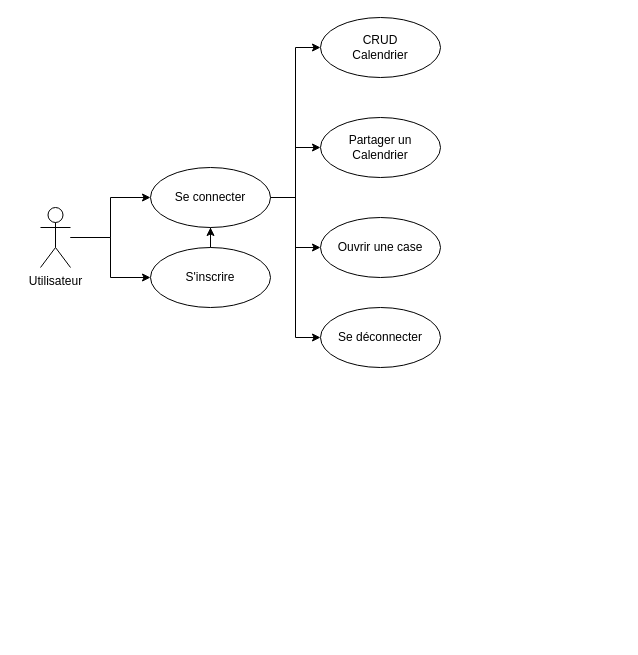
The draw.io diagram cas-d-utilisation.drawio in Thifanie/calendrier-avent, before the edit. Source tidied: cells renumbered, new cells numbered last; positions are measured from the earlier drawing's top-left corner, leaving out a move shared by most shapes. Both pictures are drawn from the tidied source at 100%, with x=0, y=0 at pixel (40, 17).
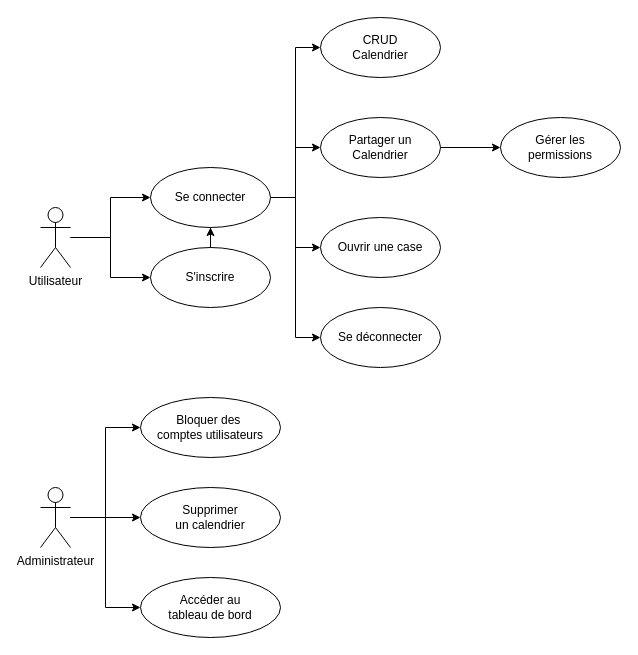
Above is the later version.

Commit message:
Mettre à jour cas-d-utilisation.drawio

The change refers to these unchanged cells:
```xml
<mxCell id="15" value="Partager un&lt;div&gt;Calendrier&lt;/div&gt;" style="ellipse;whiteSpace=wrap;html=1;" parent="1" vertex="1">
  <mxGeometry x="280" y="100" width="120" height="60" as="geometry" />
</mxCell>
```

Diff of the diagram source:
```diff
@@
+    <mxCell id="16" style="edgeStyle=orthogonalEdgeStyle;rounded=0;jettySize=auto;html=1;entryX=0;entryY=0.5;entryDx=0;entryDy=0;" parent="1" edge="1" source="15" target="23">
+      <mxGeometry relative="1" as="geometry" />
+    </mxCell>
@@
+    <mxCell id="17" style="edgeStyle=orthogonalEdgeStyle;rounded=0;jettySize=auto;html=1;entryX=0;entryY=0.5;entryDx=0;entryDy=0;" parent="1" edge="1" source="20" target="21">
+      <mxGeometry relative="1" as="geometry" />
+    </mxCell>
+    <mxCell id="18" style="edgeStyle=orthogonalEdgeStyle;rounded=0;jettySize=auto;html=1;entryX=0;entryY=0.5;entryDx=0;entryDy=0;" parent="1" edge="1" source="20" target="22">
+      <mxGeometry relative="1" as="geometry" />
+    </mxCell>
+    <mxCell id="19" style="edgeStyle=orthogonalEdgeStyle;rounded=0;jettySize=auto;html=1;entryX=0;entryY=0.5;entryDx=0;entryDy=0;" parent="1" edge="1" source="20" target="24">
+      <mxGeometry relative="1" as="geometry" />
+    </mxCell>
+    <mxCell id="20" value="Administrateur" style="shape=umlActor;verticalLabelPosition=bottom;verticalAlign=top;html=1;" parent="1" vertex="1">
+      <mxGeometry y="470" width="30" height="60" as="geometry" />
+    </mxCell>
+    <mxCell id="21" value="Bloquer des&amp;nbsp;&lt;div&gt;comptes utilisateurs&lt;/div&gt;" style="ellipse;whiteSpace=wrap;html=1;" parent="1" vertex="1">
+      <mxGeometry x="100" y="380" width="140" height="60" as="geometry" />
+    </mxCell>
+    <mxCell id="22" value="Supprimer&lt;div&gt;un calendrier&lt;/div&gt;" style="ellipse;whiteSpace=wrap;html=1;" parent="1" vertex="1">
+      <mxGeometry x="100" y="470" width="140" height="60" as="geometry" />
+    </mxCell>
+    <mxCell id="23" value="Gérer les&lt;div&gt;&lt;span style=&quot;background-color: initial;&quot;&gt;permissions&lt;/span&gt;&lt;/div&gt;" style="ellipse;whiteSpace=wrap;html=1;" parent="1" vertex="1">
+      <mxGeometry x="460" y="100" width="120" height="60" as="geometry" />
+    </mxCell>
+    <mxCell id="24" value="Accéder au&lt;div&gt;tableau de bord&lt;/div&gt;" style="ellipse;whiteSpace=wrap;html=1;" parent="1" vertex="1">
+      <mxGeometry x="100" y="560" width="140" height="60" as="geometry" />
+    </mxCell>
```
